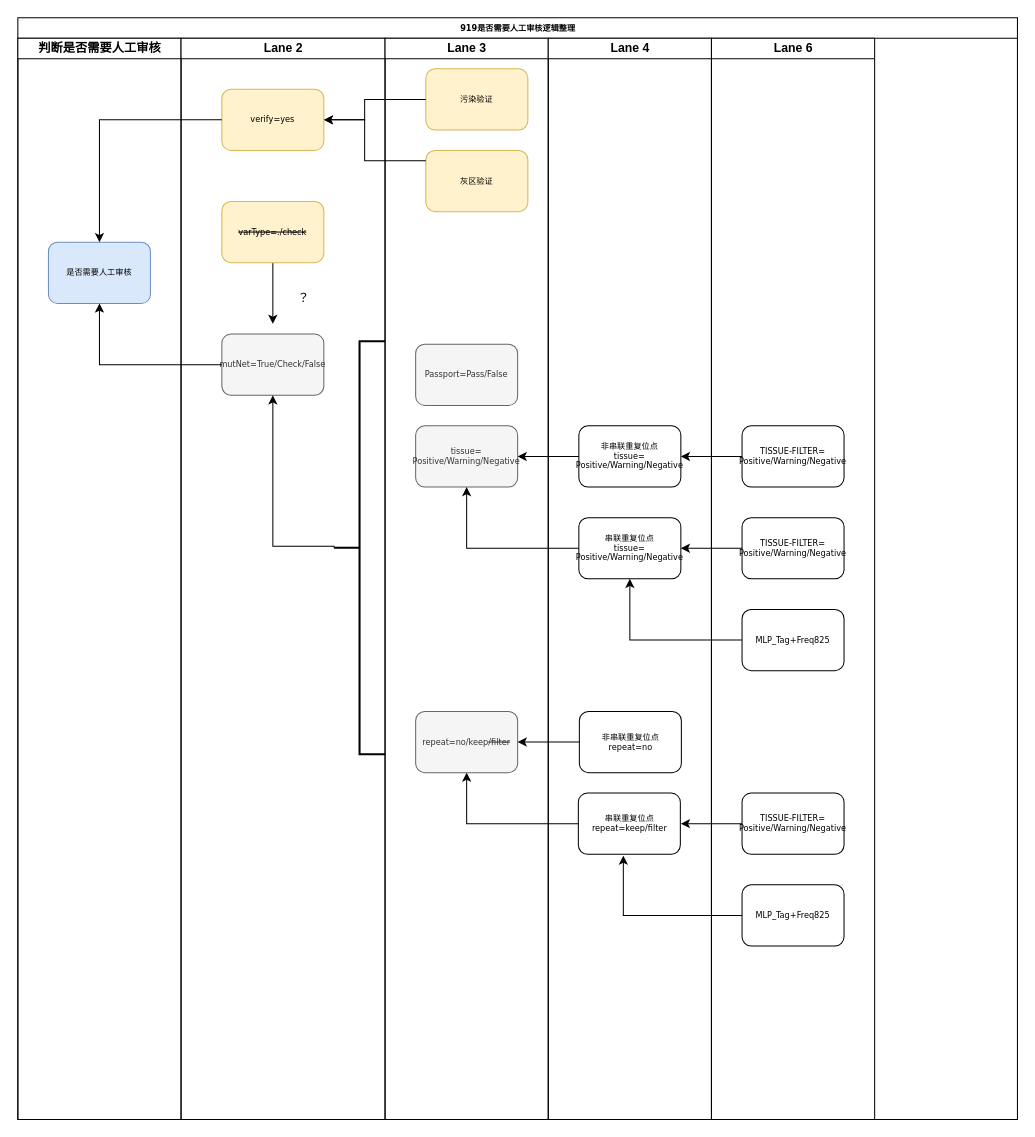
dingtian-genetronhealth/diagrams-genetron keeps this draw.io diagram as 919-0305.drawio. Above is the earlier version. Source tidied: cells renumbered, new cells numbered last; positions are measured from the earlier drawing's top-left corner, leaving out a move shared by most shapes. Both pictures are drawn from the tidied source at 102%, with x=0, y=0 at pixel (17, 17).
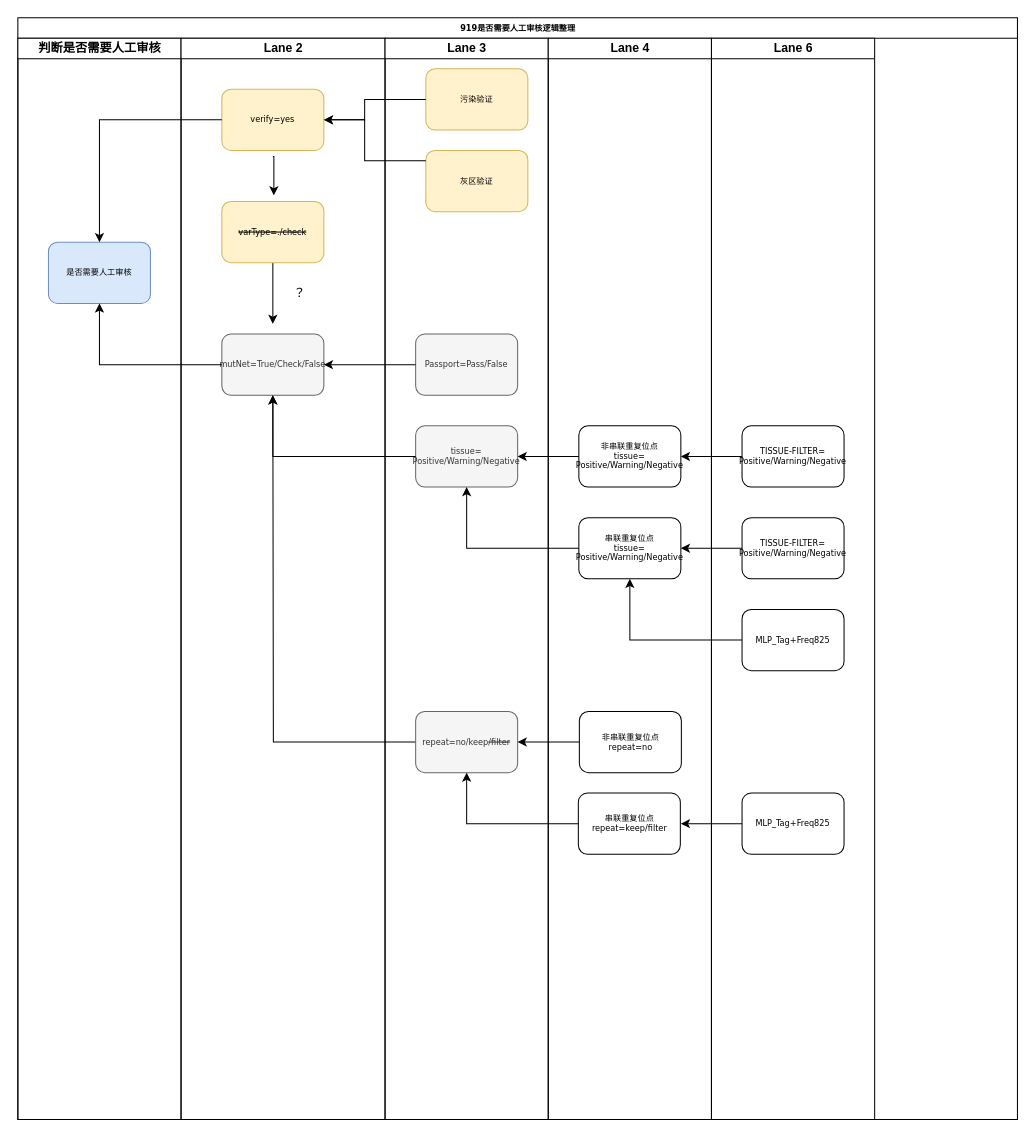
The same page after the edit.

Unchanged cells that the change refers to:
```xml
<mxCell id="2" value="919是否需要人工审核逻辑整理" style="swimlane;html=1;startSize=20;rounded=0;shadow=0;labelBackgroundColor=none;strokeWidth=1;fontFamily=Verdana;fontSize=8;align=center;" parent="1" vertex="1">
  <mxGeometry width="980" height="1080" as="geometry" />
</mxCell>
<mxCell id="5" value="Lane 2" style="swimlane;html=1;startSize=20;" parent="2" vertex="1">
  <mxGeometry x="160" y="20" width="200" height="1060" as="geometry" />
</mxCell>
<mxCell id="7" value="mutNet=True/Check/False" style="rounded=1;whiteSpace=wrap;html=1;shadow=0;labelBackgroundColor=none;strokeWidth=1;fontFamily=Verdana;fontSize=8;align=center;fillColor=#f5f5f5;strokeColor=#666666;fontColor=#333333;" parent="5" vertex="1">
  <mxGeometry x="40" y="290" width="100" height="60" as="geometry" />
</mxCell>
<mxCell id="13" value="Lane 3" style="swimlane;html=1;startSize=20;" parent="2" vertex="1">
  <mxGeometry x="360" y="20" width="160" height="1060" as="geometry" />
</mxCell>
<mxCell id="15" value="tissue=&lt;br&gt;Positive/Warning/Negative" style="rounded=1;whiteSpace=wrap;html=1;shadow=0;labelBackgroundColor=none;strokeWidth=1;fontFamily=Verdana;fontSize=8;align=center;fillColor=#f5f5f5;fontColor=#333333;strokeColor=#666666;" parent="13" vertex="1">
  <mxGeometry x="30" y="380" width="100" height="60" as="geometry" />
</mxCell>
<mxCell id="16" value="repeat=no/keep&lt;strike&gt;/filter&lt;/strike&gt;" style="rounded=1;whiteSpace=wrap;html=1;shadow=0;labelBackgroundColor=none;strokeWidth=1;fontFamily=Verdana;fontSize=8;align=center;fillColor=#f5f5f5;fontColor=#333333;strokeColor=#666666;" parent="13" vertex="1">
  <mxGeometry x="30" y="660" width="100" height="60" as="geometry" />
</mxCell>
<mxCell id="22" value="串联重复位点&lt;br&gt;repeat=keep/filter" style="rounded=1;whiteSpace=wrap;html=1;shadow=0;labelBackgroundColor=none;strokeWidth=1;fontFamily=Verdana;fontSize=8;align=center;" parent="20" vertex="1">
  <mxGeometry x="29.5" y="740" width="100" height="60" as="geometry" />
</mxCell>
<mxCell id="25" value="Lane 6" style="swimlane;html=1;startSize=20;" parent="2" vertex="1">
  <mxGeometry x="680" y="20" width="160" height="1060" as="geometry" />
</mxCell>
```

Diff of the diagram source:
```diff
@@
     <mxCell id="10" value="？" style="text;html=1;align=center;verticalAlign=middle;strokeColor=none;fillColor=none;" parent="5" vertex="1">
-      <mxGeometry x="100" y="240" width="40" height="30" as="geometry" />
+      <mxGeometry x="96" y="235" width="40" height="30" as="geometry" />
     </mxCell>
-    <mxCell id="11" style="strokeWidth=2;html=1;shape=mxgraph.flowchart.annotation_2;align=left;labelPosition=right;" parent="5" vertex="1">
-      <mxGeometry x="150" y="297" width="50" height="405" as="geometry" />
-    </mxCell>
-    <mxCell id="12" style="edgeStyle=orthogonalEdgeStyle;rounded=0;jettySize=auto;html=1;exitX=0;exitY=0.5;exitDx=0;exitDy=0;exitPerimeter=0;entryX=0.5;entryY=1;entryDx=0;entryDy=0;" parent="5" edge="1" source="11" target="7">
-      <mxGeometry relative="1" as="geometry">
-        <Array as="points">
-          <mxPoint x="150" y="498" />
-          <mxPoint x="90" y="498" />
-        </Array>
-      </mxGeometry>
-    </mxCell>
@@
     <mxCell id="14" value="Passport=Pass/False" style="rounded=1;whiteSpace=wrap;html=1;shadow=0;labelBackgroundColor=none;strokeWidth=1;fontFamily=Verdana;fontSize=8;align=center;fillColor=#f5f5f5;fontColor=#333333;strokeColor=#666666;" parent="13" vertex="1">
-      <mxGeometry x="30" y="300" width="100" height="60" as="geometry" />
+      <mxGeometry x="30" y="290" width="100" height="60" as="geometry" />
     </mxCell>
@@
+    <mxCell id="44" style="edgeStyle=orthogonalEdgeStyle;rounded=0;jettySize=auto;html=1;exitX=0;exitY=0.5;exitDx=0;exitDy=0;" parent="13" edge="1" source="16">
+      <mxGeometry relative="1" as="geometry">
+        <mxPoint x="-110" y="350" as="targetPoint" />
+      </mxGeometry>
+    </mxCell>
@@
-    <mxCell id="29" style="edgeStyle=orthogonalEdgeStyle;rounded=0;jettySize=auto;html=1;exitX=0;exitY=0.5;exitDx=0;exitDy=0;" parent="25" edge="1" source="30">
+    <mxCell id="29" style="edgeStyle=orthogonalEdgeStyle;rounded=0;orthogonalLoop=1;jettySize=auto;html=1;exitX=0;exitY=0.5;exitDx=0;exitDy=0;" parent="25" edge="1">
       <mxGeometry relative="1" as="geometry">
+        <mxPoint x="30" y="770" as="sourcePoint" />
         <mxPoint x="-30" y="770" as="targetPoint" />
       </mxGeometry>
     </mxCell>
-    <mxCell id="30" value="TISSUE-FILTER=&lt;br style=&quot;border-color: var(--border-color);&quot;&gt;Positive/Warning/Negative" style="rounded=1;whiteSpace=wrap;html=1;shadow=0;labelBackgroundColor=none;strokeWidth=1;fontFamily=Verdana;fontSize=8;align=center;" parent="25" vertex="1">
-      <mxGeometry x="30" y="740" width="100" height="60" as="geometry" />
-    </mxCell>
     <mxCell id="31" value="MLP_Tag+Freq825" style="rounded=1;whiteSpace=wrap;html=1;shadow=0;labelBackgroundColor=none;strokeWidth=1;fontFamily=Verdana;fontSize=8;align=center;" parent="25" vertex="1">
-      <mxGeometry x="30" y="830" width="100" height="60" as="geometry" />
+      <mxGeometry x="30" y="740" width="100" height="60" as="geometry" />
     </mxCell>
@@
-    <mxCell id="41" style="edgeStyle=orthogonalEdgeStyle;rounded=0;jettySize=auto;html=1;entryX=0.441;entryY=1.023;entryDx=0;entryDy=0;entryPerimeter=0;" parent="2" edge="1" source="31" target="22">
-      <mxGeometry relative="1" as="geometry" />
-    </mxCell>
@@
+    <mxCell id="45" style="edgeStyle=orthogonalEdgeStyle;rounded=0;jettySize=auto;html=1;exitX=0;exitY=0.5;exitDx=0;exitDy=0;entryX=1;entryY=0.5;entryDx=0;entryDy=0;" parent="2" edge="1" source="14" target="7">
+      <mxGeometry relative="1" as="geometry">
+        <Array as="points">
+          <mxPoint x="390" y="340" />
+        </Array>
+      </mxGeometry>
+    </mxCell>
+    <mxCell id="46" style="edgeStyle=orthogonalEdgeStyle;rounded=0;jettySize=auto;html=1;exitX=0;exitY=0.5;exitDx=0;exitDy=0;entryX=0.5;entryY=1;entryDx=0;entryDy=0;" parent="2" edge="1" source="15" target="7">
+      <mxGeometry relative="1" as="geometry" />
+    </mxCell>
+    <mxCell id="47" style="edgeStyle=orthogonalEdgeStyle;rounded=0;orthogonalLoop=1;jettySize=auto;html=1;" parent="1" edge="1">
+      <mxGeometry relative="1" as="geometry">
+        <mxPoint x="250" y="136" as="sourcePoint" />
+        <mxPoint x="251" y="174" as="targetPoint" />
+      </mxGeometry>
+    </mxCell>
```
